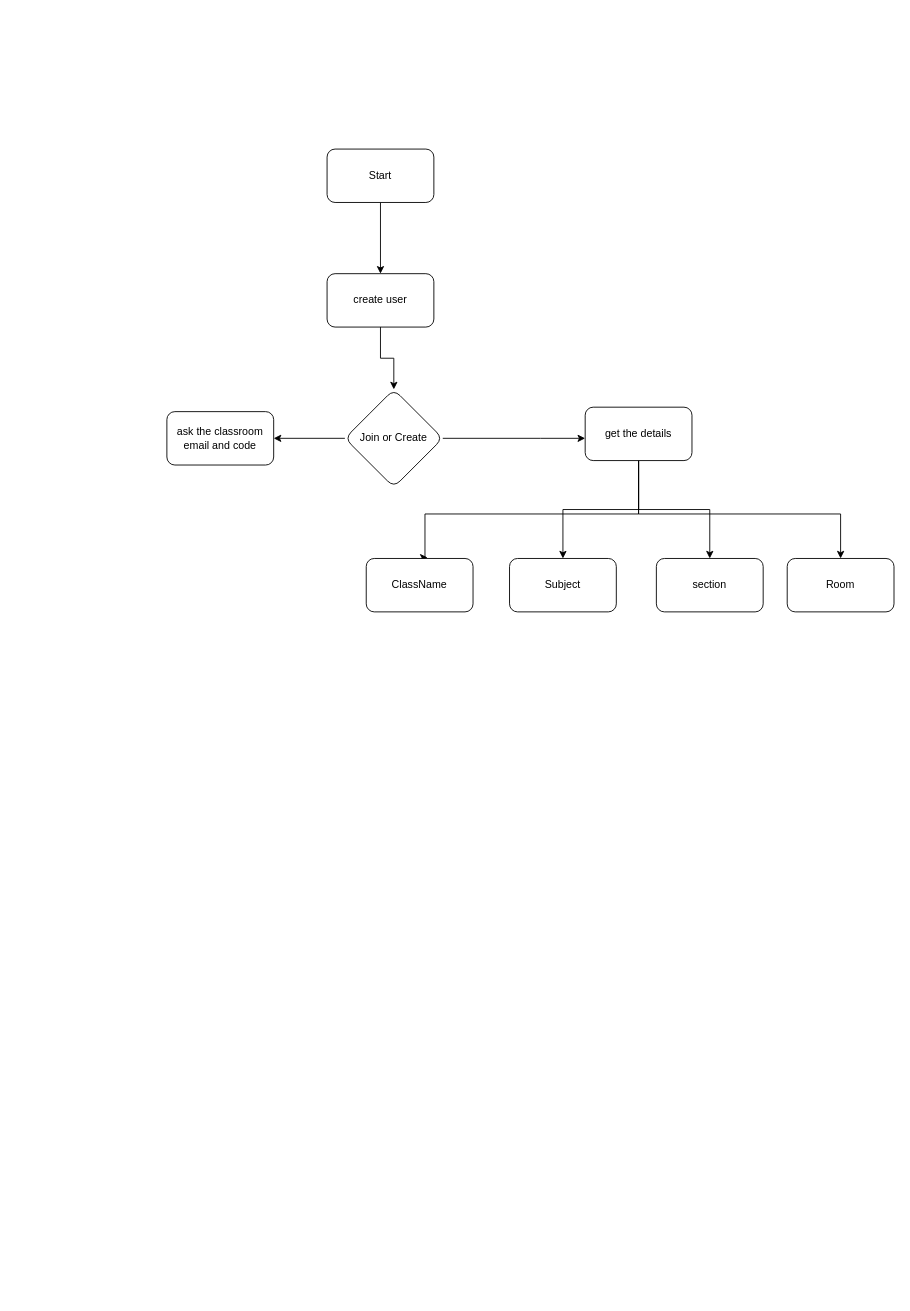
Before: Untitled Diagram.drawio in Nazeemkky/story, a draw.io diagram. Source tidied: cells renumbered, new cells numbered last; positions are measured from the earlier drawing's top-left corner, leaving out a move shared by most shapes. Both pictures are drawn from the tidied source at 89%, with x=0, y=0 at pixel (166, 149).
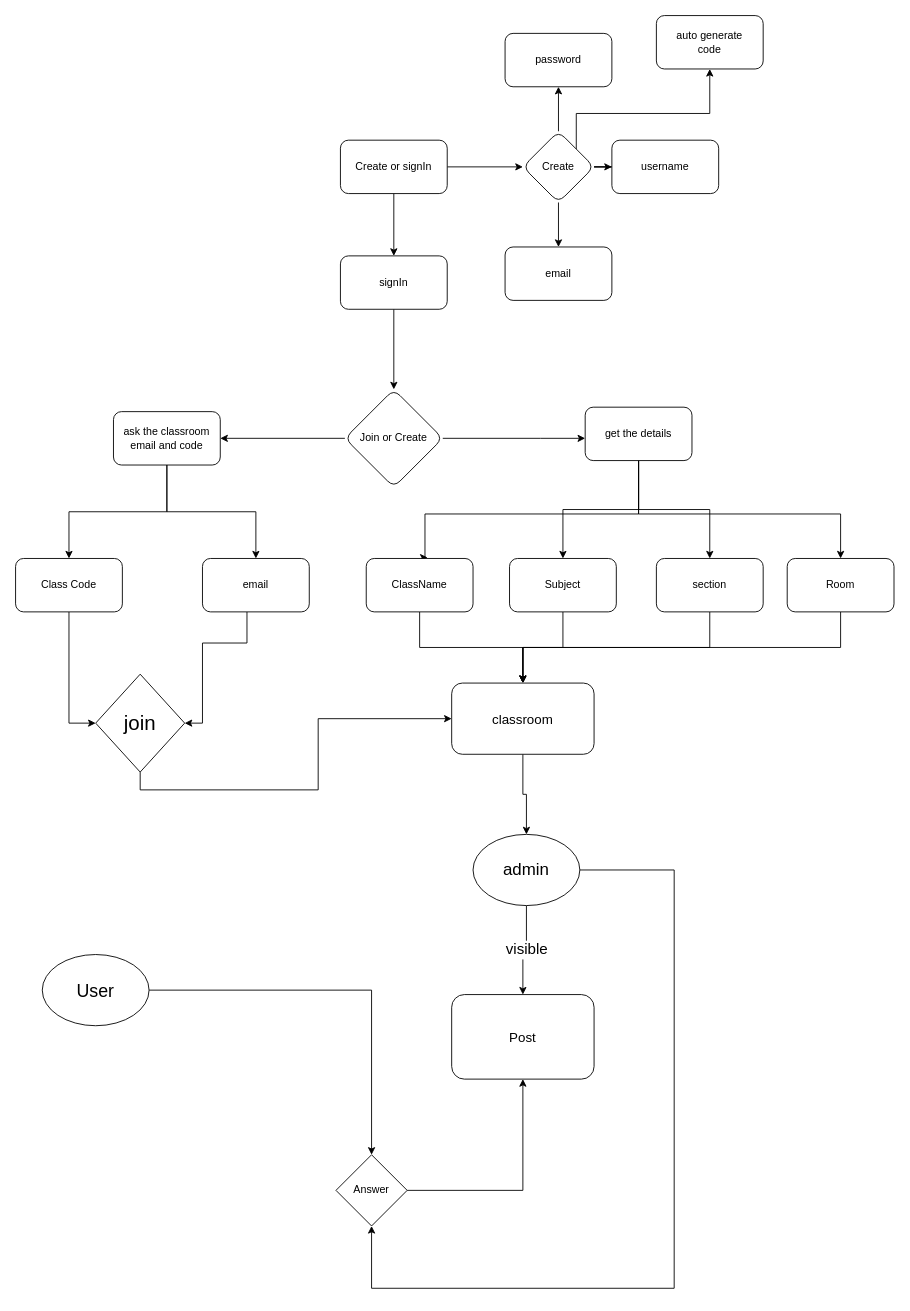
The same diagram, later.

Unchanged cells that the change refers to:
```xml
<mxCell id="15" value="ClassName" style="whiteSpace=wrap;html=1;rounded=1;" parent="1" vertex="1">
  <mxGeometry x="224" y="460" width="120" height="60" as="geometry" />
</mxCell>
<mxCell id="16" value="section" style="whiteSpace=wrap;html=1;rounded=1;" parent="1" vertex="1">
  <mxGeometry x="550" y="460" width="120" height="60" as="geometry" />
</mxCell>
<mxCell id="17" value="Subject" style="whiteSpace=wrap;html=1;rounded=1;" parent="1" vertex="1">
  <mxGeometry x="385" y="460" width="120" height="60" as="geometry" />
</mxCell>
<mxCell id="18" value="Room" style="rounded=1;whiteSpace=wrap;html=1;" parent="1" vertex="1">
  <mxGeometry x="697" y="460" width="120" height="60" as="geometry" />
</mxCell>
```

What changed in the source:
```diff
@@
+    <mxCell id="19" style="edgeStyle=orthogonalEdgeStyle;rounded=0;jettySize=auto;html=1;" parent="1" edge="1" source="3" target="34">
+      <mxGeometry relative="1" as="geometry" />
+    </mxCell>
-    <mxCell id="3" value="Start" style="rounded=1;whiteSpace=wrap;html=1;" parent="1" vertex="1">
-      <mxGeometry x="180" width="120" height="60" as="geometry" />
+    <mxCell id="3" value="Create or signIn" style="rounded=1;whiteSpace=wrap;html=1;" parent="1" vertex="1">
+      <mxGeometry x="195" y="-10" width="120" height="60" as="geometry" />
     </mxCell>
@@
-    <mxCell id="5" value="create user" style="whiteSpace=wrap;html=1;rounded=1;" parent="1" vertex="1">
-      <mxGeometry x="180" y="140" width="120" height="60" as="geometry" />
+    <mxCell id="5" value="signIn" style="whiteSpace=wrap;html=1;rounded=1;" parent="1" vertex="1">
+      <mxGeometry x="195" y="120" width="120" height="60" as="geometry" />
     </mxCell>
@@
+    <mxCell id="20" style="edgeStyle=orthogonalEdgeStyle;rounded=0;jettySize=auto;html=1;" parent="1" edge="1" source="9" target="27">
+      <mxGeometry relative="1" as="geometry" />
+    </mxCell>
+    <mxCell id="21" style="edgeStyle=orthogonalEdgeStyle;rounded=0;jettySize=auto;html=1;" parent="1" edge="1" source="9" target="29">
+      <mxGeometry relative="1" as="geometry" />
+    </mxCell>
     <mxCell id="9" value="ask the classroom email and code" style="whiteSpace=wrap;html=1;rounded=1;" parent="1" vertex="1">
-      <mxGeometry y="295" width="120" height="60" as="geometry" />
+      <mxGeometry x="-60" y="295" width="120" height="60" as="geometry" />
     </mxCell>
@@
+    <mxCell id="22" style="edgeStyle=orthogonalEdgeStyle;rounded=0;jettySize=auto;html=1;" parent="1" edge="1" source="15" target="42">
+      <mxGeometry relative="1" as="geometry" />
+    </mxCell>
@@
+    <mxCell id="23" style="edgeStyle=orthogonalEdgeStyle;rounded=0;jettySize=auto;html=1;" parent="1" edge="1" source="16" target="42">
+      <mxGeometry relative="1" as="geometry">
+        <Array as="points">
+          <mxPoint x="610" y="560" />
+          <mxPoint x="400" y="560" />
+        </Array>
+      </mxGeometry>
+    </mxCell>
@@
+    <mxCell id="24" style="edgeStyle=orthogonalEdgeStyle;rounded=0;jettySize=auto;html=1;" parent="1" edge="1" source="17" target="42">
+      <mxGeometry relative="1" as="geometry" />
+    </mxCell>
@@
+    <mxCell id="25" style="edgeStyle=orthogonalEdgeStyle;rounded=0;jettySize=auto;html=1;" parent="1" edge="1" source="18" target="42">
+      <mxGeometry relative="1" as="geometry">
+        <Array as="points">
+          <mxPoint x="757" y="560" />
+          <mxPoint x="400" y="560" />
+        </Array>
+      </mxGeometry>
+    </mxCell>
@@
+    <mxCell id="26" style="edgeStyle=orthogonalEdgeStyle;rounded=0;jettySize=auto;html=1;" parent="1" edge="1" source="27" target="40">
+      <mxGeometry relative="1" as="geometry">
+        <Array as="points">
+          <mxPoint x="-110" y="645" />
+        </Array>
+      </mxGeometry>
+    </mxCell>
+    <mxCell id="27" value="Class Code" style="whiteSpace=wrap;html=1;rounded=1;" parent="1" vertex="1">
+      <mxGeometry x="-170" y="460" width="120" height="60" as="geometry" />
+    </mxCell>
+    <mxCell id="28" style="edgeStyle=orthogonalEdgeStyle;rounded=0;jettySize=auto;html=1;entryX=1;entryY=0.5;entryDx=0;entryDy=0;" parent="1" edge="1" source="29" target="40">
+      <mxGeometry relative="1" as="geometry">
+        <Array as="points">
+          <mxPoint x="90" y="555" />
+          <mxPoint x="40" y="555" />
+          <mxPoint x="40" y="645" />
+        </Array>
+      </mxGeometry>
+    </mxCell>
+    <mxCell id="29" value="email" style="whiteSpace=wrap;html=1;rounded=1;" parent="1" vertex="1">
+      <mxGeometry x="40" y="460" width="120" height="60" as="geometry" />
+    </mxCell>
+    <mxCell id="30" style="edgeStyle=orthogonalEdgeStyle;rounded=0;jettySize=auto;html=1;" parent="1" edge="1" source="34" target="35">
+      <mxGeometry relative="1" as="geometry" />
+    </mxCell>
+    <mxCell id="31" style="edgeStyle=orthogonalEdgeStyle;rounded=0;jettySize=auto;html=1;" parent="1" edge="1" source="34" target="36">
+      <mxGeometry relative="1" as="geometry" />
+    </mxCell>
+    <mxCell id="32" style="edgeStyle=orthogonalEdgeStyle;rounded=0;jettySize=auto;html=1;" parent="1" edge="1" source="34" target="37">
+      <mxGeometry relative="1" as="geometry" />
+    </mxCell>
+    <mxCell id="33" style="edgeStyle=orthogonalEdgeStyle;rounded=0;jettySize=auto;html=1;exitX=1;exitY=0;exitDx=0;exitDy=0;" parent="1" edge="1" source="34" target="38">
+      <mxGeometry relative="1" as="geometry">
+        <Array as="points">
+          <mxPoint x="460" y="-40" />
+          <mxPoint x="610" y="-40" />
+        </Array>
+      </mxGeometry>
+    </mxCell>
+    <mxCell id="34" value="Create" style="rhombus;whiteSpace=wrap;html=1;rounded=1;" parent="1" vertex="1">
+      <mxGeometry x="400" y="-20" width="80" height="80" as="geometry" />
+    </mxCell>
+    <mxCell id="35" value="email" style="whiteSpace=wrap;html=1;rounded=1;" parent="1" vertex="1">
+      <mxGeometry x="380" y="110" width="120" height="60" as="geometry" />
+    </mxCell>
+    <mxCell id="36" value="username" style="whiteSpace=wrap;html=1;rounded=1;" parent="1" vertex="1">
+      <mxGeometry x="500" y="-10" width="120" height="60" as="geometry" />
+    </mxCell>
+    <mxCell id="37" value="password" style="whiteSpace=wrap;html=1;rounded=1;" parent="1" vertex="1">
+      <mxGeometry x="380" y="-130" width="120" height="60" as="geometry" />
+    </mxCell>
+    <mxCell id="38" value="auto generate&lt;br&gt;code" style="rounded=1;whiteSpace=wrap;html=1;" parent="1" vertex="1">
+      <mxGeometry x="550" y="-150" width="120" height="60" as="geometry" />
+    </mxCell>
+    <mxCell id="39" style="edgeStyle=orthogonalEdgeStyle;rounded=0;jettySize=auto;html=1;" parent="1" edge="1" source="40" target="42">
+      <mxGeometry relative="1" as="geometry">
+        <Array as="points">
+          <mxPoint x="-30" y="720" />
+          <mxPoint x="170" y="720" />
+          <mxPoint x="170" y="640" />
+        </Array>
+      </mxGeometry>
+    </mxCell>
+    <mxCell id="40" value="&lt;font style=&quot;font-size: 23px&quot;&gt;join&lt;/font&gt;" style="rhombus;whiteSpace=wrap;html=1;" parent="1" vertex="1">
+      <mxGeometry x="-80" y="590" width="100" height="110" as="geometry" />
+    </mxCell>
+    <mxCell id="41" style="edgeStyle=orthogonalEdgeStyle;rounded=0;jettySize=auto;html=1;" parent="1" edge="1" source="42" target="48">
+      <mxGeometry relative="1" as="geometry" />
+    </mxCell>
+    <mxCell id="42" value="&lt;font style=&quot;font-size: 15px&quot;&gt;classroom&lt;/font&gt;" style="rounded=1;whiteSpace=wrap;html=1;" parent="1" vertex="1">
+      <mxGeometry x="320" y="600" width="160" height="80" as="geometry" />
+    </mxCell>
+    <mxCell id="43" value="&lt;font style=&quot;font-size: 15px&quot;&gt;Post&lt;/font&gt;" style="rounded=1;whiteSpace=wrap;html=1;" parent="1" vertex="1">
+      <mxGeometry x="320" y="950" width="160" height="95" as="geometry" />
+    </mxCell>
+    <mxCell id="44" value="&lt;font style=&quot;font-size: 17px&quot;&gt;&amp;nbsp;visible&lt;/font&gt;" style="edgeStyle=orthogonalEdgeStyle;rounded=0;jettySize=auto;html=1;" parent="1" edge="1" source="48" target="43">
+      <mxGeometry relative="1" as="geometry" />
+    </mxCell>
+    <mxCell id="45" style="edgeStyle=orthogonalEdgeStyle;rounded=0;jettySize=auto;html=1;" parent="1" edge="1" source="46" target="50">
+      <mxGeometry relative="1" as="geometry" />
+    </mxCell>
+    <mxCell id="46" value="&lt;font style=&quot;font-size: 20px&quot;&gt;User&lt;/font&gt;" style="ellipse;whiteSpace=wrap;html=1;" parent="1" vertex="1">
+      <mxGeometry x="-140" y="905" width="120" height="80" as="geometry" />
+    </mxCell>
+    <mxCell id="47" style="edgeStyle=orthogonalEdgeStyle;rounded=0;jettySize=auto;html=1;" parent="1" edge="1" source="48" target="50">
+      <mxGeometry relative="1" as="geometry">
+        <Array as="points">
+          <mxPoint x="570" y="810" />
+          <mxPoint x="570" y="1280" />
+          <mxPoint x="230" y="1280" />
+        </Array>
+      </mxGeometry>
+    </mxCell>
+    <mxCell id="48" value="&lt;font style=&quot;font-size: 19px&quot;&gt;admin&lt;/font&gt;" style="ellipse;whiteSpace=wrap;html=1;" parent="1" vertex="1">
+      <mxGeometry x="344" y="770" width="120" height="80" as="geometry" />
+    </mxCell>
+    <mxCell id="49" style="edgeStyle=orthogonalEdgeStyle;rounded=0;jettySize=auto;html=1;" parent="1" edge="1" source="50" target="43">
+      <mxGeometry relative="1" as="geometry" />
+    </mxCell>
+    <mxCell id="50" value="Answer" style="rhombus;whiteSpace=wrap;html=1;" parent="1" vertex="1">
+      <mxGeometry x="190" y="1130" width="80" height="80" as="geometry" />
+    </mxCell>
```
